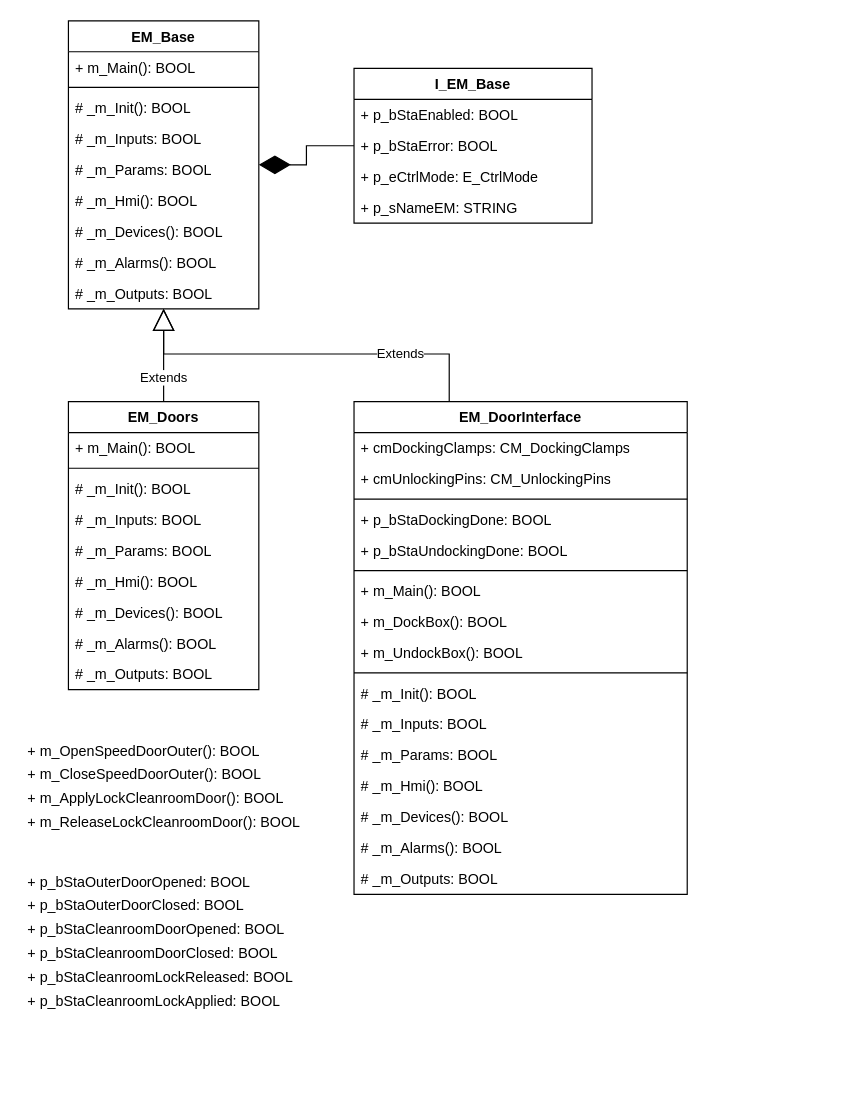
This is page "EM's" (4 of 5) of Documentation/Software architecture.drawio from KMWE/KMWE_CleanroomConnect, a draw.io file, before an edit. Source tidied: cells renumbered, new cells numbered last; positions are measured from the earlier drawing's top-left corner, leaving out a move shared by most shapes. Both pictures are drawn from the tidied source at 119%, with x=0, y=0 at pixel (20, 20).
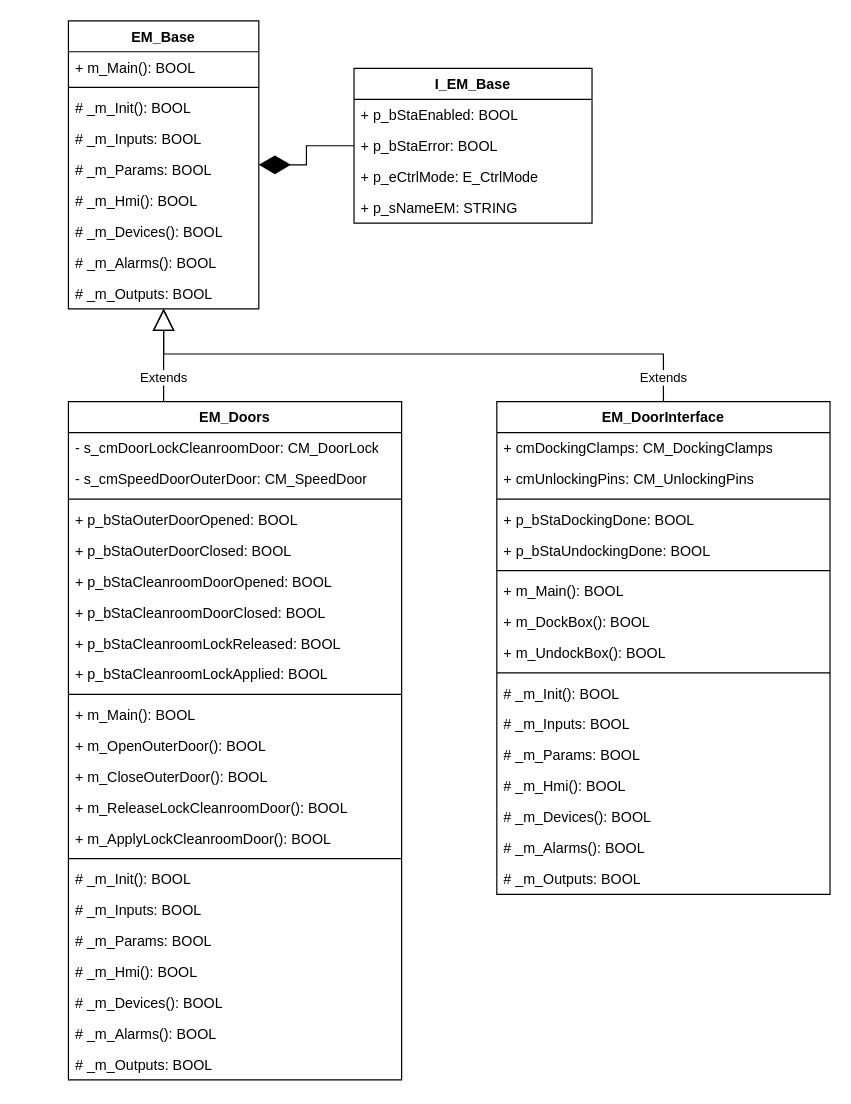
The same page after the edit.

The change refers to these unchanged cells:
```xml
<mxCell id="2" value="EM_Base" style="swimlane;fontStyle=1;align=center;verticalAlign=top;horizontal=1;startSize=26;whiteSpace=wrap;html=1;" parent="1" vertex="1">
  <mxGeometry x="40" width="160" height="242" as="geometry" />
</mxCell>
```

The edit, as a diff of the source:
```diff
@@
     <mxCell id="18" value="EM_Doors" style="swimlane;fontStyle=1;align=center;verticalAlign=top;horizontal=1;startSize=26;whiteSpace=wrap;html=1;" parent="1" vertex="1">
-      <mxGeometry x="40" y="320" width="160" height="242" as="geometry" />
+      <mxGeometry x="40" y="320" width="280" height="570" as="geometry" />
     </mxCell>
+    <mxCell id="58" value="- s_cmDoorLockCleanroomDoor&lt;span style=&quot;background-color: initial;&quot;&gt;:&amp;nbsp;&lt;/span&gt;CM_DoorLock" style="text;strokeColor=none;fillColor=none;align=left;verticalAlign=top;spacingLeft=4;spacingRight=4;overflow=hidden;whiteSpace=wrap;html=1;" parent="18" vertex="1">
+      <mxGeometry y="26" width="280" height="26" as="geometry" />
+    </mxCell>
+    <mxCell id="59" value="- s_cmSpeedDoorOuterDoor&lt;span style=&quot;background-color: initial;&quot;&gt;:&amp;nbsp;&lt;/span&gt;CM_SpeedDoor" style="text;strokeColor=none;fillColor=none;align=left;verticalAlign=top;spacingLeft=4;spacingRight=4;overflow=hidden;whiteSpace=wrap;html=1;" parent="18" vertex="1">
+      <mxGeometry y="52" width="280" height="26" as="geometry" />
+    </mxCell>
+    <mxCell id="60" style="line;strokeWidth=1;fillColor=none;align=left;verticalAlign=middle;spacingTop=-1;spacingLeft=3;spacingRight=3;labelPosition=right;strokeColor=inherit;" parent="18" vertex="1">
+      <mxGeometry y="78" width="280" height="8" as="geometry" />
+    </mxCell>
+    <mxCell id="32" value="+ p_bStaOuterDoorOpened: BOOL" style="text;strokeColor=none;fillColor=none;align=left;verticalAlign=top;spacingLeft=4;spacingRight=4;overflow=hidden;whiteSpace=wrap;html=1;" parent="18" vertex="1">
+      <mxGeometry y="86" width="280" height="26" as="geometry" />
+    </mxCell>
+    <mxCell id="52" value="+ p_bStaOuterDoorClosed&lt;span style=&quot;background-color: initial;&quot;&gt;: BOOL&lt;/span&gt;" style="text;strokeColor=none;fillColor=none;align=left;verticalAlign=top;spacingLeft=4;spacingRight=4;overflow=hidden;whiteSpace=wrap;html=1;" parent="18" vertex="1">
+      <mxGeometry y="112" width="280" height="26" as="geometry" />
+    </mxCell>
+    <mxCell id="53" value="+ p_bStaCleanroom&lt;span style=&quot;background-color: initial;&quot;&gt;DoorOpened: BOOL&lt;/span&gt;" style="text;strokeColor=none;fillColor=none;align=left;verticalAlign=top;spacingLeft=4;spacingRight=4;overflow=hidden;whiteSpace=wrap;html=1;" parent="18" vertex="1">
+      <mxGeometry y="138" width="280" height="26" as="geometry" />
+    </mxCell>
+    <mxCell id="54" value="+ p_bStaCleanroomDoorClosed&lt;span style=&quot;background-color: initial;&quot;&gt;: BOOL&lt;/span&gt;" style="text;strokeColor=none;fillColor=none;align=left;verticalAlign=top;spacingLeft=4;spacingRight=4;overflow=hidden;whiteSpace=wrap;html=1;" parent="18" vertex="1">
+      <mxGeometry y="164" width="280" height="26" as="geometry" />
+    </mxCell>
+    <mxCell id="56" value="+ p_bStaCleanroom&lt;span style=&quot;background-color: initial;&quot;&gt;LockReleased: BOOL&lt;/span&gt;" style="text;strokeColor=none;fillColor=none;align=left;verticalAlign=top;spacingLeft=4;spacingRight=4;overflow=hidden;whiteSpace=wrap;html=1;" parent="18" vertex="1">
+      <mxGeometry y="190" width="280" height="26" as="geometry" />
+    </mxCell>
+    <mxCell id="57" value="+ p_bStaCleanroomLockApplied&lt;span style=&quot;background-color: initial;&quot;&gt;: BOOL&lt;/span&gt;" style="text;strokeColor=none;fillColor=none;align=left;verticalAlign=top;spacingLeft=4;spacingRight=4;overflow=hidden;whiteSpace=wrap;html=1;" parent="18" vertex="1">
+      <mxGeometry y="216" width="280" height="26" as="geometry" />
+    </mxCell>
+    <mxCell id="61" style="line;strokeWidth=1;fillColor=none;align=left;verticalAlign=middle;spacingTop=-1;spacingLeft=3;spacingRight=3;labelPosition=right;strokeColor=inherit;" parent="18" vertex="1">
+      <mxGeometry y="242" width="280" height="8" as="geometry" />
+    </mxCell>
     <mxCell id="19" value="+ m_Main(): BOOL" style="text;strokeColor=none;fillColor=none;align=left;verticalAlign=top;spacingLeft=4;spacingRight=4;overflow=hidden;whiteSpace=wrap;html=1;" parent="18" vertex="1">
-      <mxGeometry y="26" width="160" height="26" as="geometry" />
+      <mxGeometry y="250" width="280" height="26" as="geometry" />
     </mxCell>
+    <mxCell id="29" value="+ m_OpenOuterDoor(): BOOL" style="text;strokeColor=none;fillColor=none;align=left;verticalAlign=top;spacingLeft=4;spacingRight=4;overflow=hidden;whiteSpace=wrap;html=1;" parent="18" vertex="1">
+      <mxGeometry y="276" width="280" height="26" as="geometry" />
+    </mxCell>
+    <mxCell id="30" value="+ m_CloseOuterDoor(): BOOL" style="text;strokeColor=none;fillColor=none;align=left;verticalAlign=top;spacingLeft=4;spacingRight=4;overflow=hidden;whiteSpace=wrap;html=1;" parent="18" vertex="1">
+      <mxGeometry y="302" width="280" height="26" as="geometry" />
+    </mxCell>
+    <mxCell id="55" value="+ m_ReleaseLockCleanroomDoor&lt;span style=&quot;background-color: initial;&quot;&gt;(): BOOL&lt;/span&gt;" style="text;strokeColor=none;fillColor=none;align=left;verticalAlign=top;spacingLeft=4;spacingRight=4;overflow=hidden;whiteSpace=wrap;html=1;" parent="18" vertex="1">
+      <mxGeometry y="328" width="280" height="26" as="geometry" />
+    </mxCell>
+    <mxCell id="31" value="+ m_ApplyLockCleanroomDoor&lt;span style=&quot;background-color: initial;&quot;&gt;(): BOOL&lt;/span&gt;" style="text;strokeColor=none;fillColor=none;align=left;verticalAlign=top;spacingLeft=4;spacingRight=4;overflow=hidden;whiteSpace=wrap;html=1;" parent="18" vertex="1">
+      <mxGeometry y="354" width="280" height="26" as="geometry" />
+    </mxCell>
     <mxCell id="20" style="line;strokeWidth=1;fillColor=none;align=left;verticalAlign=middle;spacingTop=-1;spacingLeft=3;spacingRight=3;labelPosition=right;strokeColor=inherit;" parent="18" vertex="1">
-      <mxGeometry y="52" width="160" height="8" as="geometry" />
+      <mxGeometry y="380" width="280" height="8" as="geometry" />
     </mxCell>
     <mxCell id="21" value="# _m_Init(): BOOL" style="text;strokeColor=none;fillColor=none;align=left;verticalAlign=top;spacingLeft=4;spacingRight=4;overflow=hidden;whiteSpace=wrap;html=1;" parent="18" vertex="1">
-      <mxGeometry y="60" width="160" height="26" as="geometry" />
+      <mxGeometry y="388" width="280" height="26" as="geometry" />
     </mxCell>
     <mxCell id="22" value="# _m_Inputs: BOOL" style="text;strokeColor=none;fillColor=none;align=left;verticalAlign=top;spacingLeft=4;spacingRight=4;overflow=hidden;whiteSpace=wrap;html=1;" parent="18" vertex="1">
-      <mxGeometry y="86" width="160" height="26" as="geometry" />
+      <mxGeometry y="414" width="280" height="26" as="geometry" />
     </mxCell>
     <mxCell id="23" value="# _m_Params: BOOL" style="text;strokeColor=none;fillColor=none;align=left;verticalAlign=top;spacingLeft=4;spacingRight=4;overflow=hidden;whiteSpace=wrap;html=1;" parent="18" vertex="1">
-      <mxGeometry y="112" width="160" height="26" as="geometry" />
+      <mxGeometry y="440" width="280" height="26" as="geometry" />
     </mxCell>
     <mxCell id="24" value="# _m_Hmi(): BOOL" style="text;strokeColor=none;fillColor=none;align=left;verticalAlign=top;spacingLeft=4;spacingRight=4;overflow=hidden;whiteSpace=wrap;html=1;" parent="18" vertex="1">
-      <mxGeometry y="138" width="160" height="26" as="geometry" />
+      <mxGeometry y="466" width="280" height="26" as="geometry" />
     </mxCell>
     <mxCell id="25" value="# _m_Devices(): BOOL" style="text;strokeColor=none;fillColor=none;align=left;verticalAlign=top;spacingLeft=4;spacingRight=4;overflow=hidden;whiteSpace=wrap;html=1;" parent="18" vertex="1">
-      <mxGeometry y="164" width="160" height="26" as="geometry" />
+      <mxGeometry y="492" width="280" height="26" as="geometry" />
     </mxCell>
     <mxCell id="26" value="# _m_Alarms(): BOOL" style="text;strokeColor=none;fillColor=none;align=left;verticalAlign=top;spacingLeft=4;spacingRight=4;overflow=hidden;whiteSpace=wrap;html=1;" parent="18" vertex="1">
-      <mxGeometry y="190" width="160" height="26" as="geometry" />
+      <mxGeometry y="518" width="280" height="26" as="geometry" />
     </mxCell>
     <mxCell id="27" value="# _m_Outputs: BOOL" style="text;strokeColor=none;fillColor=none;align=left;verticalAlign=top;spacingLeft=4;spacingRight=4;overflow=hidden;whiteSpace=wrap;html=1;" parent="18" vertex="1">
-      <mxGeometry y="216" width="160" height="26" as="geometry" />
+      <mxGeometry y="544" width="280" height="26" as="geometry" />
     </mxCell>
@@
-    <mxCell id="29" value="+ m_OpenSpeedDoorOuter(): BOOL" style="text;strokeColor=none;fillColor=none;align=left;verticalAlign=top;spacingLeft=4;spacingRight=4;overflow=hidden;whiteSpace=wrap;html=1;" parent="1" vertex="1">
-      <mxGeometry y="600" width="240" height="26" as="geometry" />
-    </mxCell>
-    <mxCell id="30" value="+ m_CloseSpeedDoorOuter(): BOOL" style="text;strokeColor=none;fillColor=none;align=left;verticalAlign=top;spacingLeft=4;spacingRight=4;overflow=hidden;whiteSpace=wrap;html=1;" parent="1" vertex="1">
-      <mxGeometry y="620" width="240" height="26" as="geometry" />
-    </mxCell>
-    <mxCell id="31" value="+ m_ApplyLockCleanroomDoor&lt;span style=&quot;background-color: initial;&quot;&gt;(): BOOL&lt;/span&gt;" style="text;strokeColor=none;fillColor=none;align=left;verticalAlign=top;spacingLeft=4;spacingRight=4;overflow=hidden;whiteSpace=wrap;html=1;" parent="1" vertex="1">
-      <mxGeometry y="640" width="240" height="26" as="geometry" />
-    </mxCell>
-    <mxCell id="32" value="+ p_bStaOuterDoorOpened: BOOL" style="text;strokeColor=none;fillColor=none;align=left;verticalAlign=top;spacingLeft=4;spacingRight=4;overflow=hidden;whiteSpace=wrap;html=1;" parent="1" vertex="1">
-      <mxGeometry y="710" width="240" height="26" as="geometry" />
-    </mxCell>
     <mxCell id="33" value="EM_DoorInterface" style="swimlane;fontStyle=1;align=center;verticalAlign=top;horizontal=1;startSize=26;whiteSpace=wrap;html=1;" parent="1" vertex="1">
-      <mxGeometry x="280" y="320" width="280" height="414" as="geometry" />
+      <mxGeometry x="400" y="320" width="280" height="414" as="geometry" />
     </mxCell>
@@
     <mxCell id="51" value="Extends" style="endArrow=block;endSize=16;endFill=0;html=1;rounded=0;edgeStyle=orthogonalEdgeStyle;" parent="1" edge="1" source="33" target="2">
-      <mxGeometry x="-0.49" relative="1" as="geometry">
+      <mxGeometry x="-0.92" relative="1" as="geometry">
         <Array as="points">
-          <mxPoint x="360" y="280" />
+          <mxPoint x="540" y="280" />
           <mxPoint x="120" y="280" />
         </Array>
       </mxGeometry>
     </mxCell>
-    <mxCell id="52" value="+ p_bStaOuterDoorClosed&lt;span style=&quot;background-color: initial;&quot;&gt;: BOOL&lt;/span&gt;" style="text;strokeColor=none;fillColor=none;align=left;verticalAlign=top;spacingLeft=4;spacingRight=4;overflow=hidden;whiteSpace=wrap;html=1;" parent="1" vertex="1">
-      <mxGeometry y="730" width="240" height="26" as="geometry" />
-    </mxCell>
-    <mxCell id="53" value="+ p_bStaCleanroom&lt;span style=&quot;background-color: initial;&quot;&gt;DoorOpened: BOOL&lt;/span&gt;" style="text;strokeColor=none;fillColor=none;align=left;verticalAlign=top;spacingLeft=4;spacingRight=4;overflow=hidden;whiteSpace=wrap;html=1;" parent="1" vertex="1">
-      <mxGeometry y="750" width="240" height="26" as="geometry" />
-    </mxCell>
-    <mxCell id="54" value="+ p_bStaCleanroomDoorClosed&lt;span style=&quot;background-color: initial;&quot;&gt;: BOOL&lt;/span&gt;" style="text;strokeColor=none;fillColor=none;align=left;verticalAlign=top;spacingLeft=4;spacingRight=4;overflow=hidden;whiteSpace=wrap;html=1;" parent="1" vertex="1">
-      <mxGeometry y="770" width="240" height="26" as="geometry" />
-    </mxCell>
-    <mxCell id="55" value="+ m_ReleaseLockCleanroomDoor&lt;span style=&quot;background-color: initial;&quot;&gt;(): BOOL&lt;/span&gt;" style="text;strokeColor=none;fillColor=none;align=left;verticalAlign=top;spacingLeft=4;spacingRight=4;overflow=hidden;whiteSpace=wrap;html=1;" parent="1" vertex="1">
-      <mxGeometry y="660" width="240" height="26" as="geometry" />
-    </mxCell>
-    <mxCell id="56" value="+ p_bStaCleanroom&lt;span style=&quot;background-color: initial;&quot;&gt;LockReleased: BOOL&lt;/span&gt;" style="text;strokeColor=none;fillColor=none;align=left;verticalAlign=top;spacingLeft=4;spacingRight=4;overflow=hidden;whiteSpace=wrap;html=1;" parent="1" vertex="1">
-      <mxGeometry y="790" width="240" height="26" as="geometry" />
-    </mxCell>
-    <mxCell id="57" value="+ p_bStaCleanroomLockApplied&lt;span style=&quot;background-color: initial;&quot;&gt;: BOOL&lt;/span&gt;" style="text;strokeColor=none;fillColor=none;align=left;verticalAlign=top;spacingLeft=4;spacingRight=4;overflow=hidden;whiteSpace=wrap;html=1;" parent="1" vertex="1">
-      <mxGeometry y="810" width="240" height="26" as="geometry" />
-    </mxCell>
```
